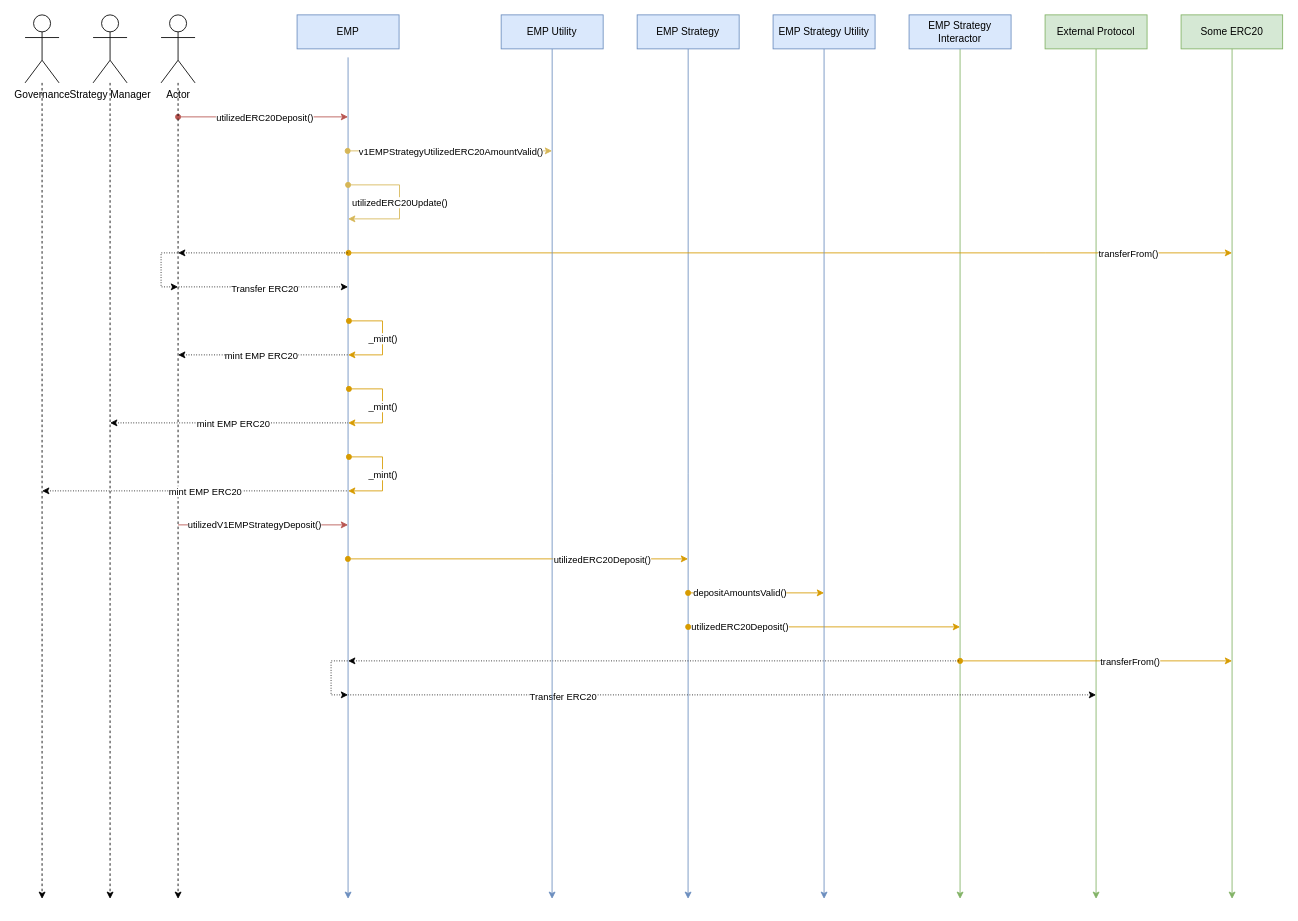
Before: v1-emp/diagrams/deposit-overview.drawio in yield-sync/specifications, a draw.io diagram. Source tidied: cells renumbered, new cells numbered last; positions are measured from the earlier drawing's top-left corner, leaving out a move shared by most shapes. Both pictures are drawn from the tidied source at 85%, with x=0, y=0 at pixel (25, 14).
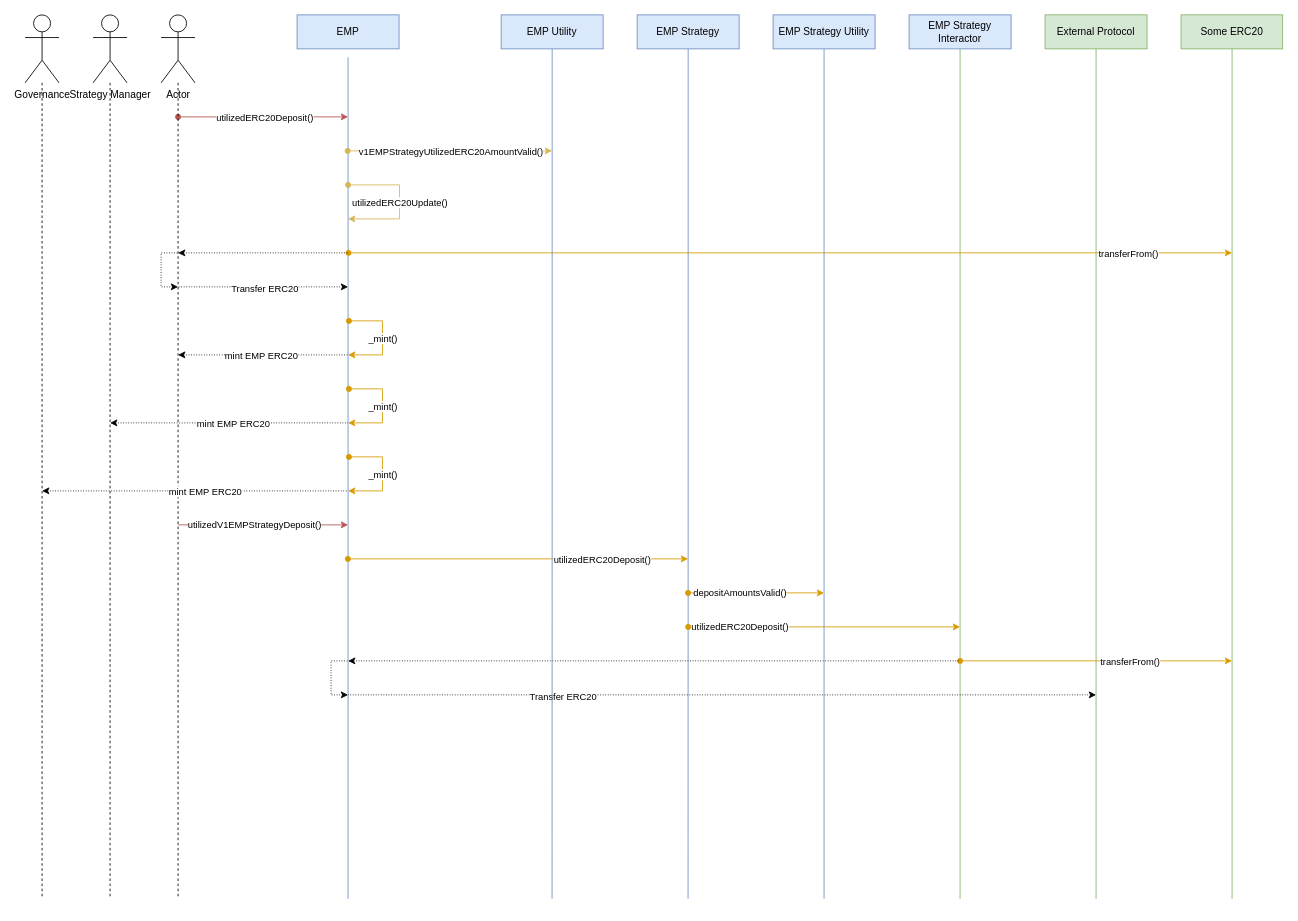
The same page after the edit.

Commit message:
make more uml like

The change refers to these unchanged cells:
```xml
<mxCell id="5" value="EMP Strategy" style="rounded=0;whiteSpace=wrap;html=1;fillColor=#dae8fc;strokeColor=#6c8ebf;" parent="1" vertex="1">
  <mxGeometry x="720.1" width="120" height="40" as="geometry" />
</mxCell>
<mxCell id="7" value="EMP Strategy Interactor" style="rounded=0;whiteSpace=wrap;html=1;fillColor=#dae8fc;strokeColor=#6c8ebf;" parent="1" vertex="1">
  <mxGeometry x="1040" width="120" height="40" as="geometry" />
</mxCell>
<mxCell id="9" value="External Protocol" style="rounded=0;whiteSpace=wrap;html=1;fillColor=#d5e8d4;strokeColor=#82b366;" parent="1" vertex="1">
  <mxGeometry x="1200" width="120" height="40" as="geometry" />
</mxCell>
<mxCell id="13" value="Actor" style="shape=umlActor;verticalLabelPosition=bottom;verticalAlign=top;html=1;outlineConnect=0;" parent="1" vertex="1">
  <mxGeometry x="160" width="40" height="80" as="geometry" />
</mxCell>
<mxCell id="15" value="Some ERC20" style="rounded=0;whiteSpace=wrap;html=1;fillColor=#d5e8d4;strokeColor=#82b366;" parent="1" vertex="1">
  <mxGeometry x="1360" width="119.5" height="40" as="geometry" />
</mxCell>
<mxCell id="40" value="EMP Utility" style="rounded=0;whiteSpace=wrap;html=1;fillColor=#dae8fc;strokeColor=#6c8ebf;" parent="1" vertex="1">
  <mxGeometry x="560.1" width="120" height="40" as="geometry" />
</mxCell>
<mxCell id="44" value="EMP Strategy Utility" style="rounded=0;whiteSpace=wrap;html=1;fillColor=#dae8fc;strokeColor=#6c8ebf;" parent="1" vertex="1">
  <mxGeometry x="880" width="120" height="40" as="geometry" />
</mxCell>
<mxCell id="48" value="Strategy Manager" style="shape=umlActor;verticalLabelPosition=bottom;verticalAlign=top;html=1;outlineConnect=0;" parent="1" vertex="1">
  <mxGeometry x="80" width="40" height="80" as="geometry" />
</mxCell>
<mxCell id="50" value="Governance" style="shape=umlActor;verticalLabelPosition=bottom;verticalAlign=top;html=1;outlineConnect=0;" parent="1" vertex="1">
  <mxGeometry width="40" height="80" as="geometry" />
</mxCell>
```

The edit, as a diff of the source:
```diff
@@
-    <mxCell id="2" style="edgeStyle=orthogonalEdgeStyle;rounded=0;orthogonalLoop=1;jettySize=auto;html=1;exitX=0.5;exitY=1;exitDx=0;exitDy=0;fillColor=#dae8fc;strokeColor=#6c8ebf;" parent="1" edge="1">
+    <mxCell id="2" style="edgeStyle=orthogonalEdgeStyle;rounded=0;orthogonalLoop=1;jettySize=auto;html=1;exitX=0.5;exitY=1;exitDx=0;exitDy=0;fillColor=#dae8fc;strokeColor=#6c8ebf;endArrow=none;endFill=0;" parent="1" edge="1">
       <mxGeometry relative="1" as="geometry">
         <mxPoint x="380" y="50" as="sourcePoint" />
         <mxPoint x="380" y="1040" as="targetPoint" />
         <Array as="points">
           <mxPoint x="380" y="500" />
           <mxPoint x="380" y="500" />
         </Array>
       </mxGeometry>
     </mxCell>
@@
-    <mxCell id="4" style="edgeStyle=orthogonalEdgeStyle;rounded=0;jettySize=auto;html=1;fillColor=#dae8fc;strokeColor=#6c8ebf;" parent="1" edge="1" source="5">
+    <mxCell id="4" style="edgeStyle=orthogonalEdgeStyle;rounded=0;jettySize=auto;html=1;fillColor=#dae8fc;strokeColor=#6c8ebf;endArrow=none;endFill=0;" parent="1" edge="1" source="5">
       <mxGeometry relative="1" as="geometry">
         <mxPoint x="780" y="1040" as="targetPoint" />
       </mxGeometry>
     </mxCell>
@@
-    <mxCell id="6" style="edgeStyle=orthogonalEdgeStyle;rounded=0;jettySize=auto;html=1;fillColor=#d5e8d4;strokeColor=#82b366;" parent="1" edge="1" source="7">
+    <mxCell id="6" style="edgeStyle=orthogonalEdgeStyle;rounded=0;jettySize=auto;html=1;fillColor=#d5e8d4;strokeColor=#82b366;endArrow=none;endFill=0;" parent="1" edge="1" source="7">
       <mxGeometry relative="1" as="geometry">
         <mxPoint x="1100" y="1040" as="targetPoint" />
       </mxGeometry>
     </mxCell>
@@
-    <mxCell id="8" style="edgeStyle=orthogonalEdgeStyle;rounded=0;jettySize=auto;html=1;fillColor=#d5e8d4;strokeColor=#82b366;" parent="1" edge="1" source="9">
+    <mxCell id="8" style="edgeStyle=orthogonalEdgeStyle;rounded=0;jettySize=auto;html=1;fillColor=#d5e8d4;strokeColor=#82b366;endArrow=none;endFill=0;" parent="1" edge="1" source="9">
       <mxGeometry relative="1" as="geometry">
         <mxPoint x="1260" y="1040" as="targetPoint" />
       </mxGeometry>
     </mxCell>
@@
-    <mxCell id="12" style="edgeStyle=orthogonalEdgeStyle;rounded=0;jettySize=auto;html=1;dashed=1;" parent="1" edge="1" source="13">
+    <mxCell id="12" style="edgeStyle=orthogonalEdgeStyle;rounded=0;jettySize=auto;html=1;dashed=1;endArrow=none;endFill=0;" parent="1" edge="1" source="13">
       <mxGeometry relative="1" as="geometry">
         <mxPoint x="180" y="1040" as="targetPoint" />
       </mxGeometry>
     </mxCell>
@@
-    <mxCell id="14" style="edgeStyle=orthogonalEdgeStyle;rounded=0;jettySize=auto;html=1;fillColor=#d5e8d4;strokeColor=#82b366;exitX=0.502;exitY=0.5;exitDx=0;exitDy=0;exitPerimeter=0;" parent="1" edge="1" source="15">
+    <mxCell id="14" style="edgeStyle=orthogonalEdgeStyle;rounded=0;jettySize=auto;html=1;fillColor=#d5e8d4;strokeColor=#82b366;exitX=0.502;exitY=0.5;exitDx=0;exitDy=0;exitPerimeter=0;endArrow=none;endFill=0;" parent="1" edge="1" source="15">
       <mxGeometry relative="1" as="geometry">
         <mxPoint x="1420" y="1040" as="targetPoint" />
         <Array as="points">
           <mxPoint x="1420" y="600" />
         </Array>
       </mxGeometry>
     </mxCell>
@@
-    <mxCell id="39" style="edgeStyle=orthogonalEdgeStyle;rounded=0;jettySize=auto;html=1;exitX=0.5;exitY=1;exitDx=0;exitDy=0;fillColor=#dae8fc;strokeColor=#6c8ebf;" parent="1" edge="1" source="40">
+    <mxCell id="39" style="edgeStyle=orthogonalEdgeStyle;rounded=0;jettySize=auto;html=1;exitX=0.5;exitY=1;exitDx=0;exitDy=0;fillColor=#dae8fc;strokeColor=#6c8ebf;endArrow=none;endFill=0;" parent="1" edge="1" source="40">
       <mxGeometry relative="1" as="geometry">
         <mxPoint x="620" y="1040" as="targetPoint" />
       </mxGeometry>
     </mxCell>
@@
-    <mxCell id="43" style="edgeStyle=orthogonalEdgeStyle;rounded=0;jettySize=auto;html=1;fillColor=#dae8fc;strokeColor=#6c8ebf;" parent="1" edge="1" source="44">
+    <mxCell id="43" style="edgeStyle=orthogonalEdgeStyle;rounded=0;jettySize=auto;html=1;fillColor=#dae8fc;strokeColor=#6c8ebf;endArrow=none;endFill=0;" parent="1" edge="1" source="44">
       <mxGeometry relative="1" as="geometry">
         <mxPoint x="940" y="1040" as="targetPoint" />
       </mxGeometry>
     </mxCell>
@@
-    <mxCell id="47" style="edgeStyle=orthogonalEdgeStyle;rounded=0;jettySize=auto;html=1;dashed=1;" parent="1" edge="1" source="48">
+    <mxCell id="47" style="edgeStyle=orthogonalEdgeStyle;rounded=0;jettySize=auto;html=1;dashed=1;endArrow=none;endFill=0;" parent="1" edge="1" source="48">
       <mxGeometry relative="1" as="geometry">
         <mxPoint x="100" y="1040" as="targetPoint" />
       </mxGeometry>
     </mxCell>
@@
-    <mxCell id="49" style="edgeStyle=orthogonalEdgeStyle;rounded=0;jettySize=auto;html=1;dashed=1;" parent="1" edge="1" source="50">
+    <mxCell id="49" style="edgeStyle=orthogonalEdgeStyle;rounded=0;jettySize=auto;html=1;dashed=1;endArrow=none;endFill=0;" parent="1" edge="1" source="50">
       <mxGeometry relative="1" as="geometry">
         <mxPoint x="20" y="1040" as="targetPoint" />
       </mxGeometry>
     </mxCell>
```
